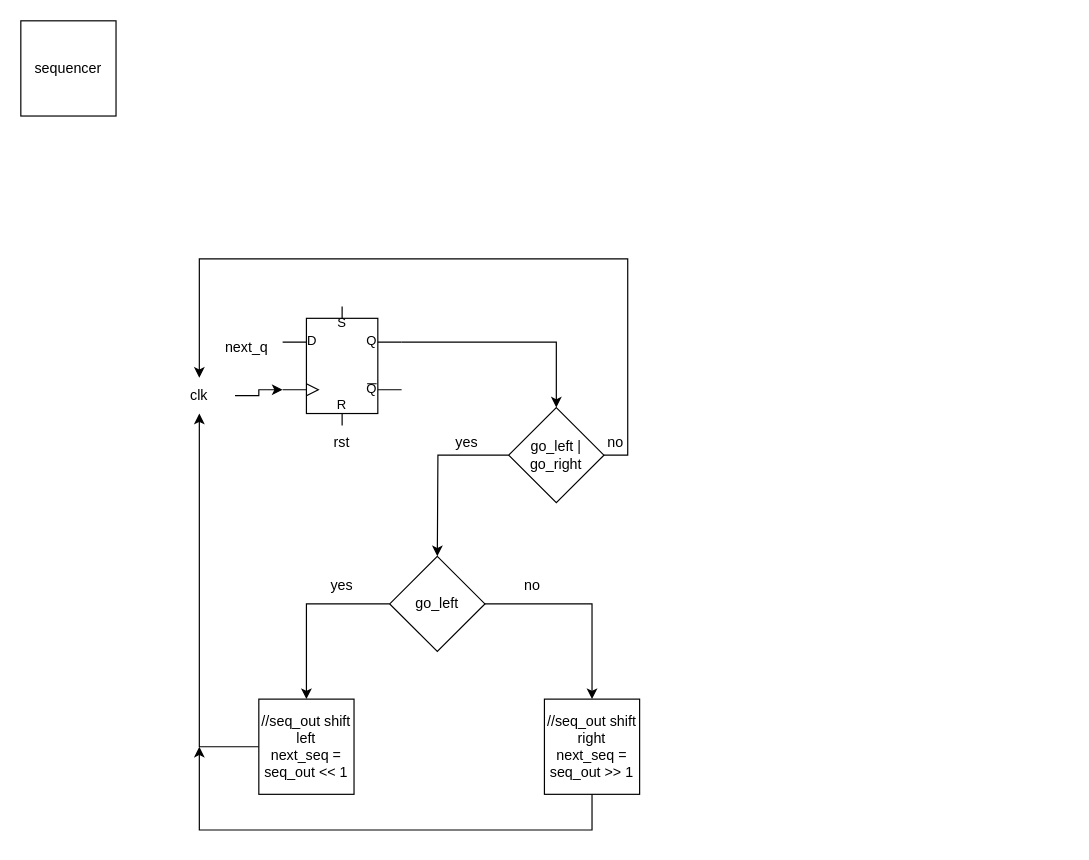
This is sequencer.drawio from LeoChen21/chenLeo, a draw.io file, before an edit. Source tidied: cells renumbered, new cells numbered last; positions are measured from the earlier drawing's top-left corner, leaving out a move shared by most shapes. Both pictures are drawn from the tidied source at 119%, with x=0, y=0 at pixel (20, 20).
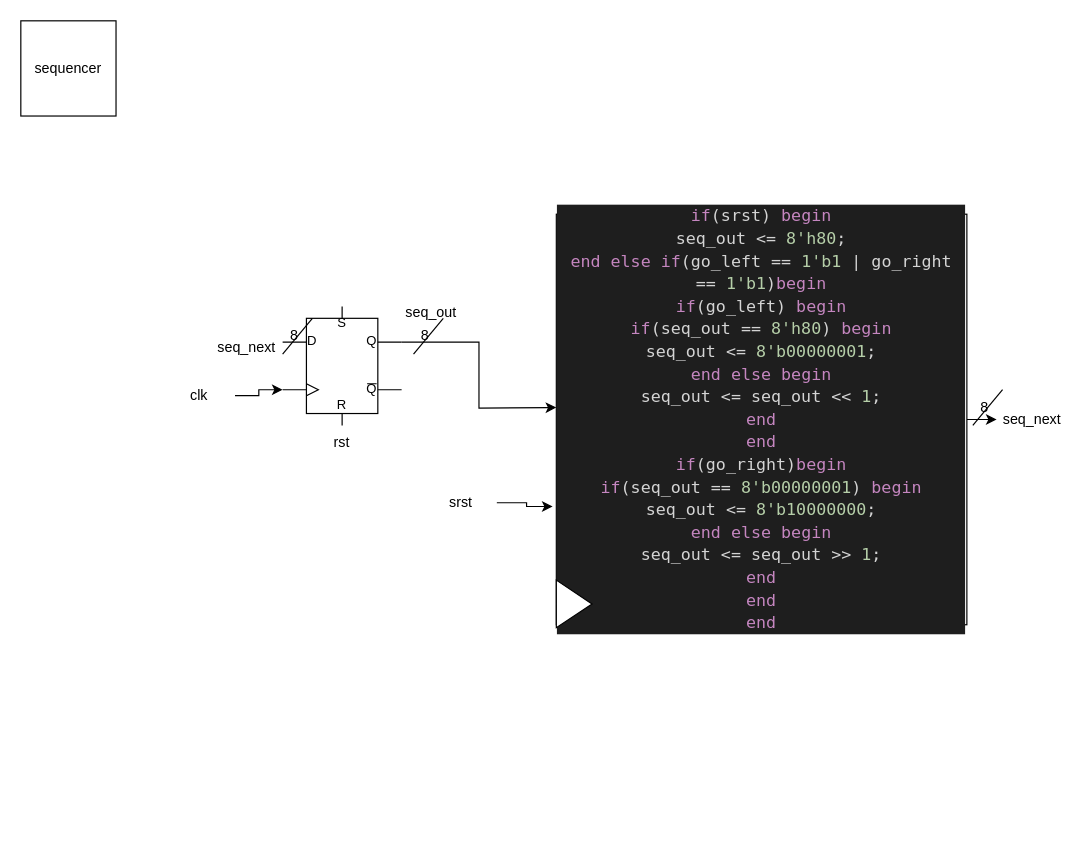
Above is the later version.

Unchanged cells that the change refers to:
```xml
<mxCell id="4" style="verticalLabelPosition=bottom;shadow=0;dashed=0;align=center;html=1;verticalAlign=top;shape=mxgraph.electrical.logic_gates.d_type_rs_flip-flop;" parent="1" vertex="1">
  <mxGeometry x="220" y="240" width="100" height="100" as="geometry" />
</mxCell>
<mxCell id="6" value="&lt;div&gt;clk&lt;/div&gt;" style="text;html=1;strokeColor=none;fillColor=none;align=center;verticalAlign=middle;whiteSpace=wrap;rounded=0;" parent="1" vertex="1">
  <mxGeometry x="120" y="300" width="60" height="30" as="geometry" />
</mxCell>
```

What changed in the source:
```diff
@@
-    <mxCell id="3" style="edgeStyle=orthogonalEdgeStyle;rounded=0;jettySize=auto;html=1;exitX=1;exitY=0.3;exitDx=0;exitDy=0;exitPerimeter=0;entryX=0.5;entryY=0;entryDx=0;entryDy=0;" parent="1" edge="1" source="4" target="14">
-      <mxGeometry relative="1" as="geometry" />
+    <mxCell id="3" style="edgeStyle=orthogonalEdgeStyle;rounded=0;jettySize=auto;html=1;exitX=1;exitY=0.3;exitDx=0;exitDy=0;exitPerimeter=0;entryX=0.5;entryY=0;entryDx=0;entryDy=0;" parent="1" edge="1" source="4">
+      <mxGeometry relative="1" as="geometry">
+        <mxPoint x="450" y="325" as="targetPoint" />
+      </mxGeometry>
     </mxCell>
@@
-    <mxCell id="8" style="edgeStyle=orthogonalEdgeStyle;rounded=0;jettySize=auto;html=1;entryX=0.5;entryY=1;entryDx=0;entryDy=0;" parent="1" edge="1" source="9" target="6">
-      <mxGeometry relative="1" as="geometry" />
-    </mxCell>
-    <mxCell id="9" value="&lt;div&gt;//seq_out shift left&lt;br&gt;&lt;/div&gt;&lt;div&gt;next_seq = seq_out &amp;lt;&amp;lt; 1&lt;br&gt;&lt;/div&gt;" style="whiteSpace=wrap;html=1;" parent="1" vertex="1">
-      <mxGeometry x="200" y="570" width="80" height="80" as="geometry" />
-    </mxCell>
-    <mxCell id="10" style="edgeStyle=orthogonalEdgeStyle;rounded=0;jettySize=auto;html=1;" parent="1" edge="1" source="11">
-      <mxGeometry relative="1" as="geometry">
-        <mxPoint x="150" y="610" as="targetPoint" />
-        <Array as="points">
-          <mxPoint x="480" y="680" />
-          <mxPoint x="150" y="680" />
-        </Array>
-      </mxGeometry>
-    </mxCell>
-    <mxCell id="11" value="&lt;div&gt;//seq_out shift right&lt;br&gt;&lt;/div&gt;&lt;div&gt;next_seq = seq_out &amp;gt;&amp;gt; 1&lt;br&gt;&lt;/div&gt;" style="whiteSpace=wrap;html=1;" parent="1" vertex="1">
-      <mxGeometry x="440" y="570" width="80" height="80" as="geometry" />
-    </mxCell>
-    <mxCell id="12" style="edgeStyle=orthogonalEdgeStyle;rounded=0;jettySize=auto;html=1;" parent="1" edge="1" source="14">
-      <mxGeometry relative="1" as="geometry">
-        <mxPoint x="350" y="450" as="targetPoint" />
-      </mxGeometry>
-    </mxCell>
-    <mxCell id="13" style="edgeStyle=orthogonalEdgeStyle;rounded=0;jettySize=auto;html=1;exitX=1;exitY=0.5;exitDx=0;exitDy=0;entryX=0.5;entryY=0;entryDx=0;entryDy=0;" parent="1" edge="1" source="14" target="6">
-      <mxGeometry relative="1" as="geometry">
-        <Array as="points">
-          <mxPoint x="510" y="365" />
-          <mxPoint x="510" y="200" />
-          <mxPoint x="150" y="200" />
-        </Array>
-      </mxGeometry>
-    </mxCell>
-    <mxCell id="14" value="go_left | go_right" style="rhombus;whiteSpace=wrap;html=1;" parent="1" vertex="1">
-      <mxGeometry x="410" y="325" width="80" height="80" as="geometry" />
-    </mxCell>
-    <mxCell id="15" style="edgeStyle=orthogonalEdgeStyle;rounded=0;jettySize=auto;html=1;entryX=0.5;entryY=0;entryDx=0;entryDy=0;" parent="1" edge="1" source="17" target="9">
-      <mxGeometry relative="1" as="geometry" />
-    </mxCell>
-    <mxCell id="16" style="edgeStyle=orthogonalEdgeStyle;rounded=0;jettySize=auto;html=1;entryX=0.5;entryY=0;entryDx=0;entryDy=0;" parent="1" edge="1" source="17" target="11">
-      <mxGeometry relative="1" as="geometry" />
-    </mxCell>
-    <mxCell id="17" value="go_left" style="rhombus;whiteSpace=wrap;html=1;" parent="1" vertex="1">
-      <mxGeometry x="310" y="450" width="80" height="80" as="geometry" />
-    </mxCell>
-    <mxCell id="18" value="yes" style="text;html=1;strokeColor=none;fillColor=none;align=center;verticalAlign=middle;whiteSpace=wrap;rounded=0;" parent="1" vertex="1">
-      <mxGeometry x="345" y="340" width="60" height="30" as="geometry" />
-    </mxCell>
-    <mxCell id="19" value="no" style="text;html=1;strokeColor=none;fillColor=none;align=center;verticalAlign=middle;whiteSpace=wrap;rounded=0;" parent="1" vertex="1">
-      <mxGeometry x="470" y="340" width="60" height="30" as="geometry" />
-    </mxCell>
-    <mxCell id="20" value="yes" style="text;html=1;strokeColor=none;fillColor=none;align=center;verticalAlign=middle;whiteSpace=wrap;rounded=0;" parent="1" vertex="1">
-      <mxGeometry x="240" y="460" width="60" height="30" as="geometry" />
-    </mxCell>
-    <mxCell id="21" value="no" style="text;html=1;strokeColor=none;fillColor=none;align=center;verticalAlign=middle;whiteSpace=wrap;rounded=0;" parent="1" vertex="1">
-      <mxGeometry x="400" y="460" width="60" height="30" as="geometry" />
-    </mxCell>
-    <mxCell id="22" value="next_q" style="text;html=1;strokeColor=none;fillColor=none;align=center;verticalAlign=middle;whiteSpace=wrap;rounded=0;" parent="1" vertex="1">
+    <mxCell id="22" value="seq_next" style="text;html=1;strokeColor=none;fillColor=none;align=center;verticalAlign=middle;whiteSpace=wrap;rounded=0;" parent="1" vertex="1">
       <mxGeometry x="160" y="260" width="60" height="30" as="geometry" />
     </mxCell>
+    <mxCell id="23" style="edgeStyle=orthogonalEdgeStyle;rounded=0;jettySize=auto;html=1;" parent="1" edge="1" source="24" target="26">
+      <mxGeometry relative="1" as="geometry" />
+    </mxCell>
+    <mxCell id="24" value="&lt;div style=&quot;color: rgb(212, 212, 212); background-color: rgb(30, 30, 30); font-family: &amp;quot;Droid Sans Mono&amp;quot;, &amp;quot;monospace&amp;quot;, monospace; font-weight: normal; font-size: 14px; line-height: 19px;&quot;&gt;&lt;div&gt;&lt;span style=&quot;color: #c586c0;&quot;&gt;if&lt;/span&gt;&lt;span style=&quot;color: #d4d4d4;&quot;&gt;(srst) &lt;/span&gt;&lt;span style=&quot;color: #c586c0;&quot;&gt;begin&lt;/span&gt;&lt;/div&gt;&lt;div&gt;&lt;span style=&quot;color: #d4d4d4;&quot;&gt;        seq_out &amp;lt;= &lt;/span&gt;&lt;span style=&quot;color: #b5cea8;&quot;&gt;8'h80&lt;/span&gt;&lt;span style=&quot;color: #d4d4d4;&quot;&gt;;&lt;/span&gt;&lt;/div&gt;&lt;div&gt;&lt;span style=&quot;color: #d4d4d4;&quot;&gt;      &lt;/span&gt;&lt;span style=&quot;color: #c586c0;&quot;&gt;end&lt;/span&gt;&lt;span style=&quot;color: #d4d4d4;&quot;&gt; &lt;/span&gt;&lt;span style=&quot;color: #c586c0;&quot;&gt;else&lt;/span&gt;&lt;span style=&quot;color: #d4d4d4;&quot;&gt; &lt;/span&gt;&lt;span style=&quot;color: #c586c0;&quot;&gt;if&lt;/span&gt;&lt;span style=&quot;color: #d4d4d4;&quot;&gt;(go_left == &lt;/span&gt;&lt;span style=&quot;color: #b5cea8;&quot;&gt;1'b1&lt;/span&gt;&lt;span style=&quot;color: #d4d4d4;&quot;&gt; | go_right == &lt;/span&gt;&lt;span style=&quot;color: #b5cea8;&quot;&gt;1'b1&lt;/span&gt;&lt;span style=&quot;color: #d4d4d4;&quot;&gt;)&lt;/span&gt;&lt;span style=&quot;color: #c586c0;&quot;&gt;begin&lt;/span&gt;&lt;/div&gt;&lt;div&gt;&lt;span style=&quot;color: #d4d4d4;&quot;&gt;        &lt;/span&gt;&lt;span style=&quot;color: #c586c0;&quot;&gt;if&lt;/span&gt;&lt;span style=&quot;color: #d4d4d4;&quot;&gt;(go_left) &lt;/span&gt;&lt;span style=&quot;color: #c586c0;&quot;&gt;begin&lt;/span&gt;&lt;/div&gt;&lt;div&gt;&lt;span style=&quot;color: #d4d4d4;&quot;&gt;            &lt;/span&gt;&lt;span style=&quot;color: #c586c0;&quot;&gt;if&lt;/span&gt;&lt;span style=&quot;color: #d4d4d4;&quot;&gt;(seq_out == &lt;/span&gt;&lt;span style=&quot;color: #b5cea8;&quot;&gt;8'h80&lt;/span&gt;&lt;span style=&quot;color: #d4d4d4;&quot;&gt;) &lt;/span&gt;&lt;span style=&quot;color: #c586c0;&quot;&gt;begin&lt;/span&gt;&lt;/div&gt;&lt;div&gt;&lt;span style=&quot;color: #d4d4d4;&quot;&gt;                seq_out &amp;lt;= &lt;/span&gt;&lt;span style=&quot;color: #b5cea8;&quot;&gt;8'b00000001&lt;/span&gt;&lt;span style=&quot;color: #d4d4d4;&quot;&gt;;&lt;/span&gt;&lt;/div&gt;&lt;div&gt;&lt;span style=&quot;color: #d4d4d4;&quot;&gt;            &lt;/span&gt;&lt;span style=&quot;color: #c586c0;&quot;&gt;end&lt;/span&gt;&lt;span style=&quot;color: #d4d4d4;&quot;&gt; &lt;/span&gt;&lt;span style=&quot;color: #c586c0;&quot;&gt;else&lt;/span&gt;&lt;span style=&quot;color: #d4d4d4;&quot;&gt; &lt;/span&gt;&lt;span style=&quot;color: #c586c0;&quot;&gt;begin&lt;/span&gt;&lt;/div&gt;&lt;div&gt;&lt;span style=&quot;color: #d4d4d4;&quot;&gt;                seq_out &amp;lt;= seq_out &amp;lt;&amp;lt; &lt;/span&gt;&lt;span style=&quot;color: #b5cea8;&quot;&gt;1&lt;/span&gt;&lt;span style=&quot;color: #d4d4d4;&quot;&gt;;&lt;/span&gt;&lt;/div&gt;&lt;div&gt;&lt;span style=&quot;color: #d4d4d4;&quot;&gt;            &lt;/span&gt;&lt;span style=&quot;color: #c586c0;&quot;&gt;end&lt;/span&gt;&lt;/div&gt;&lt;div&gt;&lt;span style=&quot;color: #d4d4d4;&quot;&gt;        &lt;/span&gt;&lt;span style=&quot;color: #c586c0;&quot;&gt;end&lt;/span&gt;&lt;/div&gt;&lt;div&gt;&lt;span style=&quot;color: #d4d4d4;&quot;&gt;        &lt;/span&gt;&lt;span style=&quot;color: #c586c0;&quot;&gt;if&lt;/span&gt;&lt;span style=&quot;color: #d4d4d4;&quot;&gt;(go_right)&lt;/span&gt;&lt;span style=&quot;color: #c586c0;&quot;&gt;begin&lt;/span&gt;&lt;/div&gt;&lt;div&gt;&lt;span style=&quot;color: #d4d4d4;&quot;&gt;            &lt;/span&gt;&lt;span style=&quot;color: #c586c0;&quot;&gt;if&lt;/span&gt;&lt;span style=&quot;color: #d4d4d4;&quot;&gt;(seq_out == &lt;/span&gt;&lt;span style=&quot;color: #b5cea8;&quot;&gt;8'b00000001&lt;/span&gt;&lt;span style=&quot;color: #d4d4d4;&quot;&gt;) &lt;/span&gt;&lt;span style=&quot;color: #c586c0;&quot;&gt;begin&lt;/span&gt;&lt;/div&gt;&lt;div&gt;&lt;span style=&quot;color: #d4d4d4;&quot;&gt;                seq_out &amp;lt;= &lt;/span&gt;&lt;span style=&quot;color: #b5cea8;&quot;&gt;8'b10000000&lt;/span&gt;&lt;span style=&quot;color: #d4d4d4;&quot;&gt;;&lt;/span&gt;&lt;/div&gt;&lt;div&gt;&lt;span style=&quot;color: #d4d4d4;&quot;&gt;            &lt;/span&gt;&lt;span style=&quot;color: #c586c0;&quot;&gt;end&lt;/span&gt;&lt;span style=&quot;color: #d4d4d4;&quot;&gt; &lt;/span&gt;&lt;span style=&quot;color: #c586c0;&quot;&gt;else&lt;/span&gt;&lt;span style=&quot;color: #d4d4d4;&quot;&gt; &lt;/span&gt;&lt;span style=&quot;color: #c586c0;&quot;&gt;begin&lt;/span&gt;&lt;/div&gt;&lt;div&gt;&lt;span style=&quot;color: #d4d4d4;&quot;&gt;                seq_out &amp;lt;= seq_out &amp;gt;&amp;gt; &lt;/span&gt;&lt;span style=&quot;color: #b5cea8;&quot;&gt;1&lt;/span&gt;&lt;span style=&quot;color: #d4d4d4;&quot;&gt;;&lt;/span&gt;&lt;/div&gt;&lt;div&gt;&lt;span style=&quot;color: #d4d4d4;&quot;&gt;            &lt;/span&gt;&lt;span style=&quot;color: #c586c0;&quot;&gt;end&lt;/span&gt;&lt;/div&gt;&lt;div&gt;&lt;span style=&quot;color: #d4d4d4;&quot;&gt;        &lt;/span&gt;&lt;span style=&quot;color: #c586c0;&quot;&gt;end&lt;/span&gt;&lt;span style=&quot;color: #d4d4d4;&quot;&gt; &lt;/span&gt;&lt;/div&gt;&lt;div&gt;&lt;span style=&quot;color: #d4d4d4;&quot;&gt;      &lt;/span&gt;&lt;span style=&quot;color: #c586c0;&quot;&gt;end&lt;/span&gt;&lt;span style=&quot;color: #d4d4d4;&quot;&gt; &lt;/span&gt;&lt;/div&gt;&lt;/div&gt;" style="whiteSpace=wrap;html=1;" parent="1" vertex="1">
+      <mxGeometry x="450" y="162.5" width="345" height="345" as="geometry" />
+    </mxCell>
+    <mxCell id="25" style="triangle;whiteSpace=wrap;html=1;" parent="1" vertex="1">
+      <mxGeometry x="450" y="470" width="30" height="40" as="geometry" />
+    </mxCell>
+    <mxCell id="26" value="seq_next" style="text;html=1;strokeColor=none;fillColor=none;align=center;verticalAlign=middle;whiteSpace=wrap;rounded=0;" parent="1" vertex="1">
+      <mxGeometry x="820" y="320" width="60" height="30" as="geometry" />
+    </mxCell>
+    <mxCell id="27" value="seq_out" style="text;html=1;strokeColor=none;fillColor=none;align=center;verticalAlign=middle;whiteSpace=wrap;rounded=0;" parent="1" vertex="1">
+      <mxGeometry x="315" y="230" width="60" height="30" as="geometry" />
+    </mxCell>
+    <mxCell id="28" value="8" style="text;html=1;strokeColor=none;fillColor=none;align=center;verticalAlign=middle;whiteSpace=wrap;rounded=0;" parent="1" vertex="1">
+      <mxGeometry x="780" y="310" width="60" height="30" as="geometry" />
+    </mxCell>
+    <mxCell id="29" style="endArrow=none;html=1;rounded=0;entryX=0.75;entryY=0;entryDx=0;entryDy=0;" parent="1" edge="1" target="28">
+      <mxGeometry relative="1" as="geometry">
+        <mxPoint x="800" y="340" as="sourcePoint" />
+      </mxGeometry>
+    </mxCell>
+    <mxCell id="30" value="8" style="text;html=1;strokeColor=none;fillColor=none;align=center;verticalAlign=middle;whiteSpace=wrap;rounded=0;" parent="1" vertex="1">
+      <mxGeometry x="310" y="250" width="60" height="30" as="geometry" />
+    </mxCell>
+    <mxCell id="31" style="endArrow=none;html=1;rounded=0;entryX=0.75;entryY=0;entryDx=0;entryDy=0;" parent="1" edge="1" target="30">
+      <mxGeometry relative="1" as="geometry">
+        <mxPoint x="330" y="280" as="sourcePoint" />
+      </mxGeometry>
+    </mxCell>
+    <mxCell id="32" value="8" style="text;html=1;strokeColor=none;fillColor=none;align=center;verticalAlign=middle;whiteSpace=wrap;rounded=0;" parent="1" vertex="1">
+      <mxGeometry x="200" y="250" width="60" height="30" as="geometry" />
+    </mxCell>
+    <mxCell id="33" style="endArrow=none;html=1;rounded=0;entryX=0.75;entryY=0;entryDx=0;entryDy=0;" parent="1" edge="1" target="32">
+      <mxGeometry relative="1" as="geometry">
+        <mxPoint x="220" y="280" as="sourcePoint" />
+      </mxGeometry>
+    </mxCell>
+    <mxCell id="34" style="edgeStyle=orthogonalEdgeStyle;rounded=0;jettySize=auto;html=1;entryX=-0.009;entryY=0.712;entryDx=0;entryDy=0;entryPerimeter=0;" parent="1" edge="1" source="35" target="24">
+      <mxGeometry relative="1" as="geometry" />
+    </mxCell>
+    <mxCell id="35" value="srst" style="text;html=1;strokeColor=none;fillColor=none;align=center;verticalAlign=middle;whiteSpace=wrap;rounded=0;" parent="1" vertex="1">
+      <mxGeometry x="340" y="390" width="60" height="30" as="geometry" />
+    </mxCell>
```
